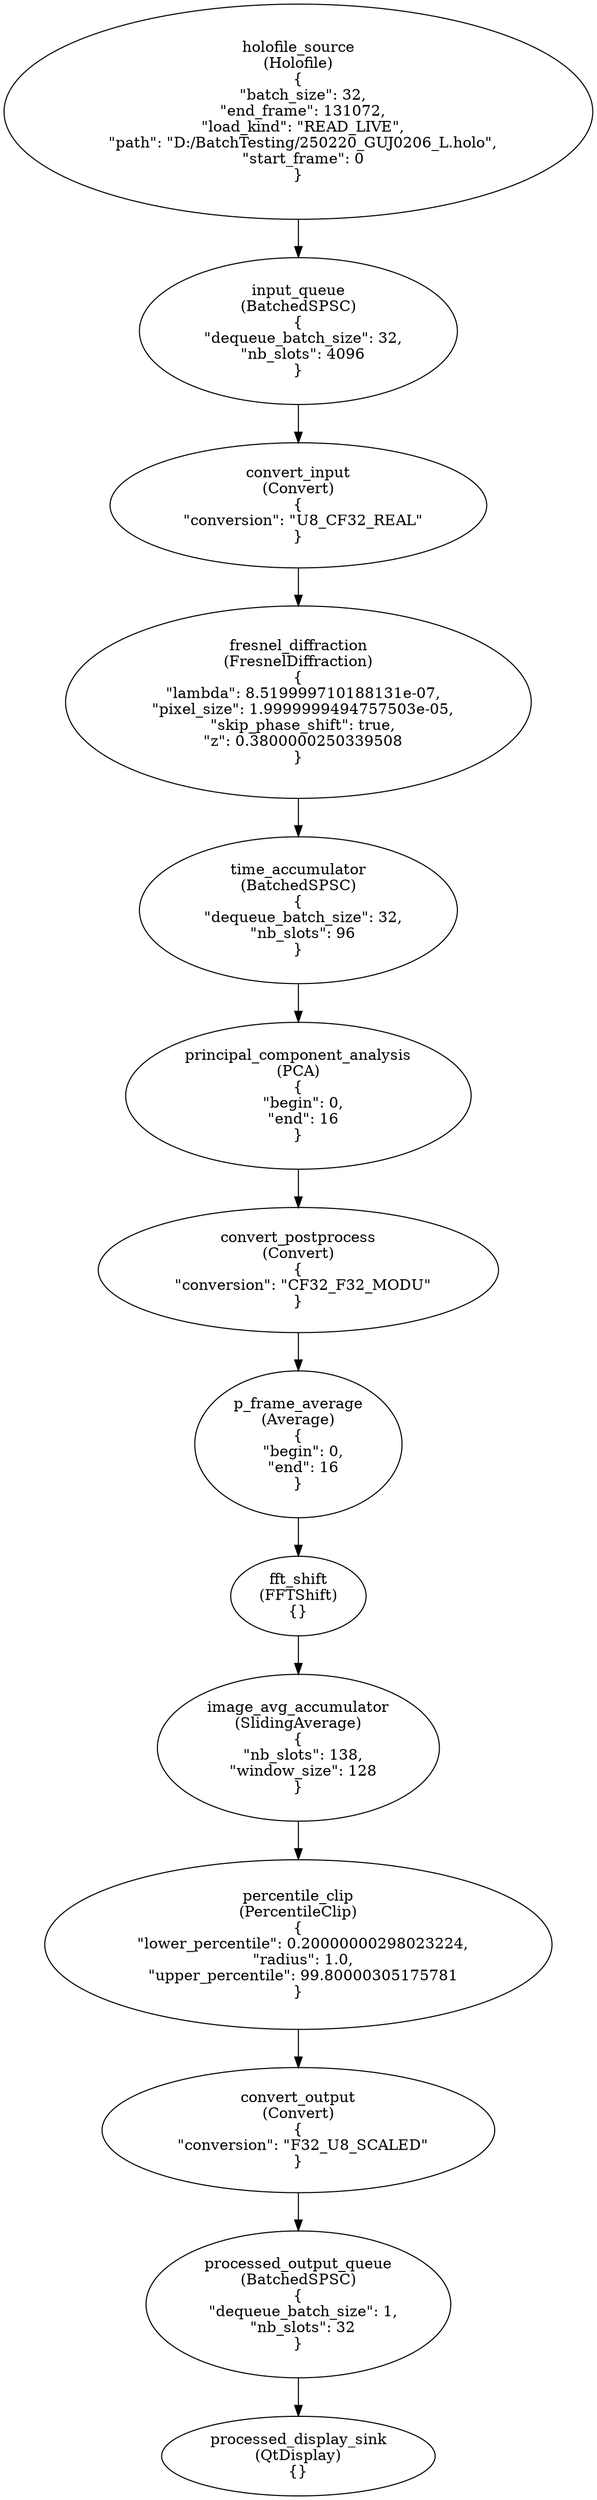
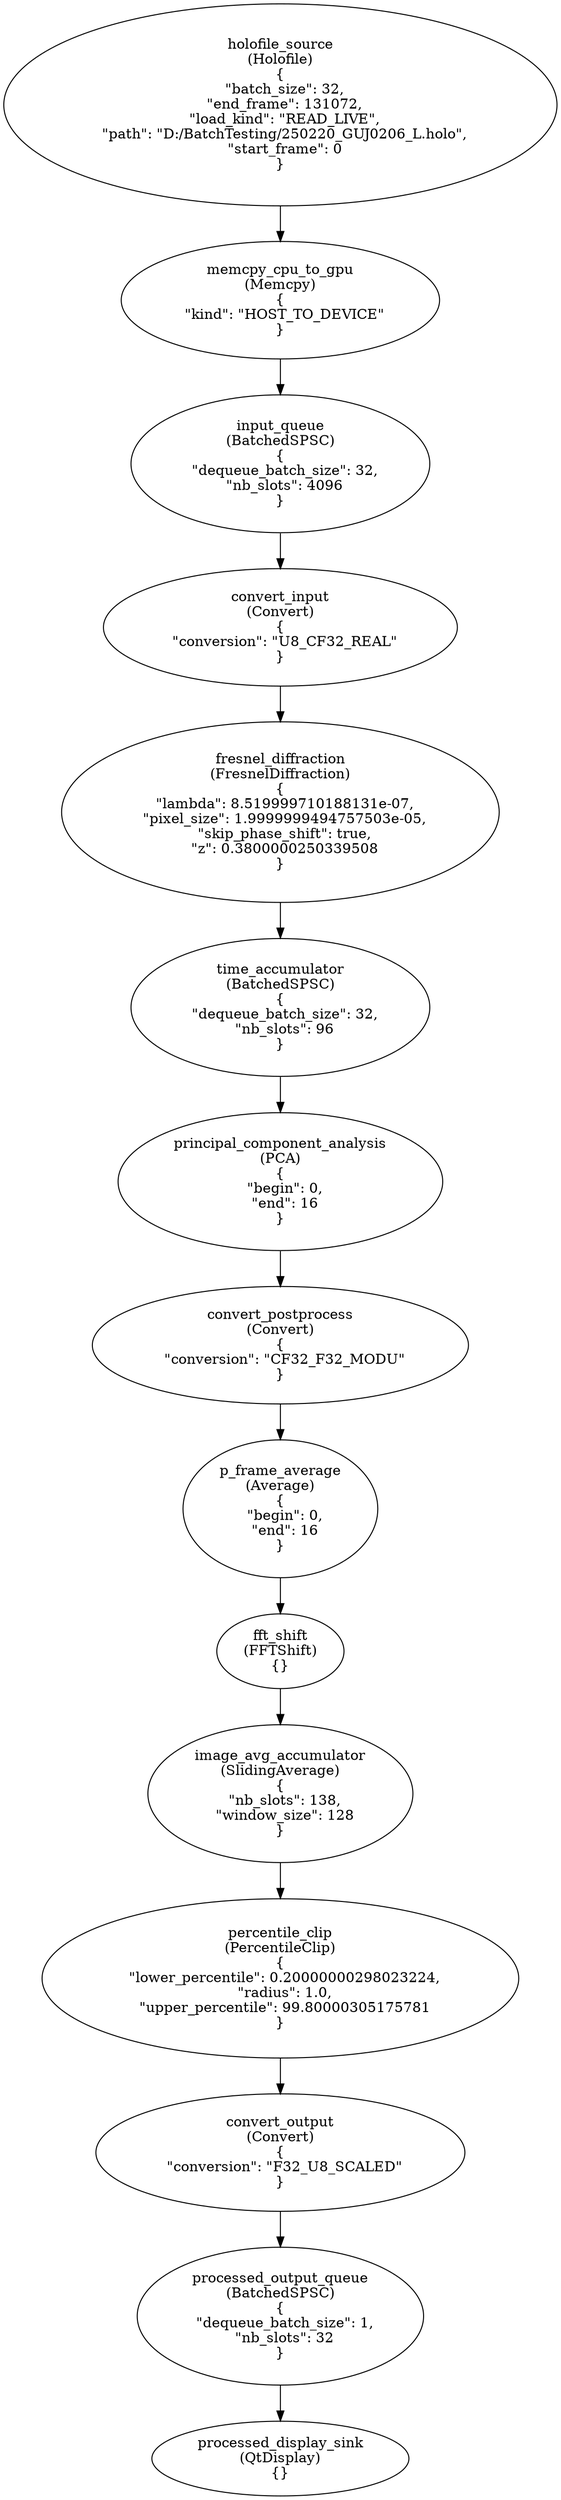
digraph G {
0[label="holofile_source\n(Holofile)\n{
  \"batch_size\": 32,
  \"end_frame\": 131072,
  \"load_kind\": \"READ_LIVE\",
  \"path\": \"D:/BatchTesting/250220_GUJ0206_L.holo\",
  \"start_frame\": 0
}"];
- 1[label="input_queue\n(BatchedSPSC)\n{
+ 1[label="memcpy_cpu_to_gpu\n(Memcpy)\n{
+   \"kind\": \"HOST_TO_DEVICE\"
+ }"];
+ 2[label="input_queue\n(BatchedSPSC)\n{
  \"dequeue_batch_size\": 32,
  \"nb_slots\": 4096
}"];
- 2[label="convert_input\n(Convert)\n{
+ 3[label="convert_input\n(Convert)\n{
  \"conversion\": \"U8_CF32_REAL\"
}"];
- 3[label="fresnel_diffraction\n(FresnelDiffraction)\n{
+ 4[label="fresnel_diffraction\n(FresnelDiffraction)\n{
  \"lambda\": 8.519999710188131e-07,
  \"pixel_size\": 1.9999999494757503e-05,
  \"skip_phase_shift\": true,
  \"z\": 0.3800000250339508
}"];
- 4[label="time_accumulator\n(BatchedSPSC)\n{
+ 5[label="time_accumulator\n(BatchedSPSC)\n{
  \"dequeue_batch_size\": 32,
  \"nb_slots\": 96
}"];
- 5[label="principal_component_analysis\n(PCA)\n{
+ 6[label="principal_component_analysis\n(PCA)\n{
  \"begin\": 0,
  \"end\": 16
}"];
- 6[label="convert_postprocess\n(Convert)\n{
+ 7[label="convert_postprocess\n(Convert)\n{
  \"conversion\": \"CF32_F32_MODU\"
}"];
- 7[label="p_frame_average\n(Average)\n{
+ 8[label="p_frame_average\n(Average)\n{
  \"begin\": 0,
  \"end\": 16
}"];
- 8[label="fft_shift\n(FFTShift)\n{}"];
- 9[label="image_avg_accumulator\n(SlidingAverage)\n{
+ 9[label="fft_shift\n(FFTShift)\n{}"];
+ 10[label="image_avg_accumulator\n(SlidingAverage)\n{
  \"nb_slots\": 138,
  \"window_size\": 128
}"];
- 10[label="percentile_clip\n(PercentileClip)\n{
+ 11[label="percentile_clip\n(PercentileClip)\n{
  \"lower_percentile\": 0.20000000298023224,
  \"radius\": 1.0,
  \"upper_percentile\": 99.80000305175781
}"];
- 11[label="convert_output\n(Convert)\n{
+ 12[label="convert_output\n(Convert)\n{
  \"conversion\": \"F32_U8_SCALED\"
}"];
- 12[label="processed_output_queue\n(BatchedSPSC)\n{
+ 13[label="processed_output_queue\n(BatchedSPSC)\n{
  \"dequeue_batch_size\": 1,
  \"nb_slots\": 32
}"];
- 13[label="processed_display_sink\n(QtDisplay)\n{}"];
+ 14[label="processed_display_sink\n(QtDisplay)\n{}"];
0->1 ;
1->2 ;
2->3 ;
3->4 ;
4->5 ;
5->6 ;
6->7 ;
7->8 ;
8->9 ;
9->10 ;
10->11 ;
11->12 ;
12->13 ;
+ 13->14 ;
}
